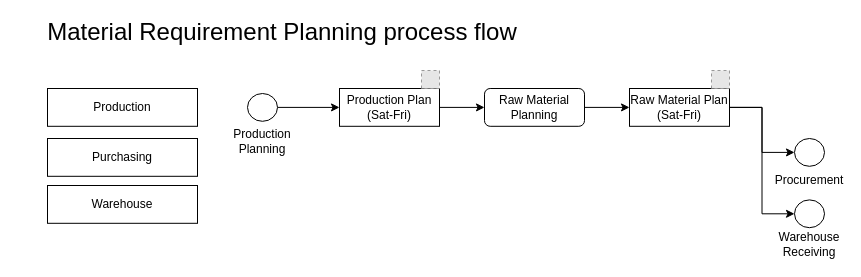
Earlier version of the draw.io diagram page "MRP" (6 of 15) of E2E.drawio (pkppm-dev/Roy-s). Source tidied: cells renumbered, new cells numbered last; positions are measured from the earlier drawing's top-left corner, leaving out a move shared by most shapes. Both pictures are drawn from the tidied source at 100%, with x=0, y=0 at pixel (17, 17). Pictures stored in the file or linked from it are replaced by grey dashed boxes.
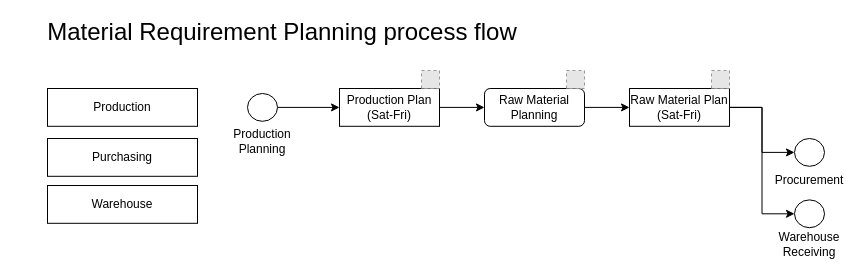
Above is the later version.

The edit, as a diff of the source:
```diff
@@
+    <mxCell id="22" style="fillColor=#E6E6E6;strokeColor=#999999;dashed=1;html=1;verticalAlign=top;verticalLabelPosition=bottom;labelBackgroundColor=#ffffff;" parent="1" vertex="1">
+      <mxGeometry x="549" y="53" width="18" height="18" as="geometry" />
+    </mxCell>
```
